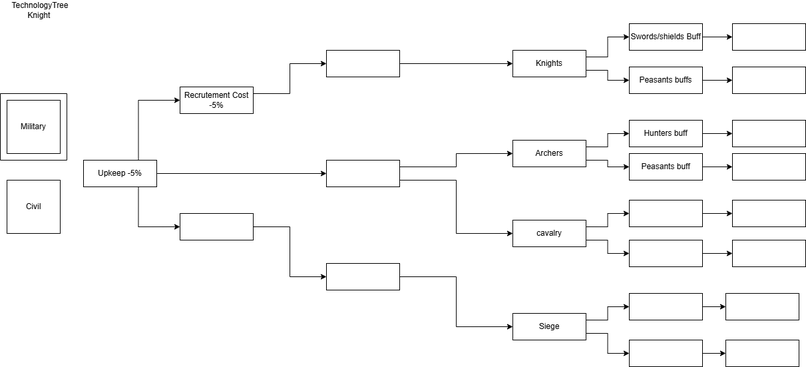
The draw.io diagram TechnologyTree.png in Ti-Loup/Total-Battle-2D, before a commit. Source tidied: cells renumbered, new cells last; positions are measured from the earlier drawing's top-left corner, leaving out a move shared by most shapes.
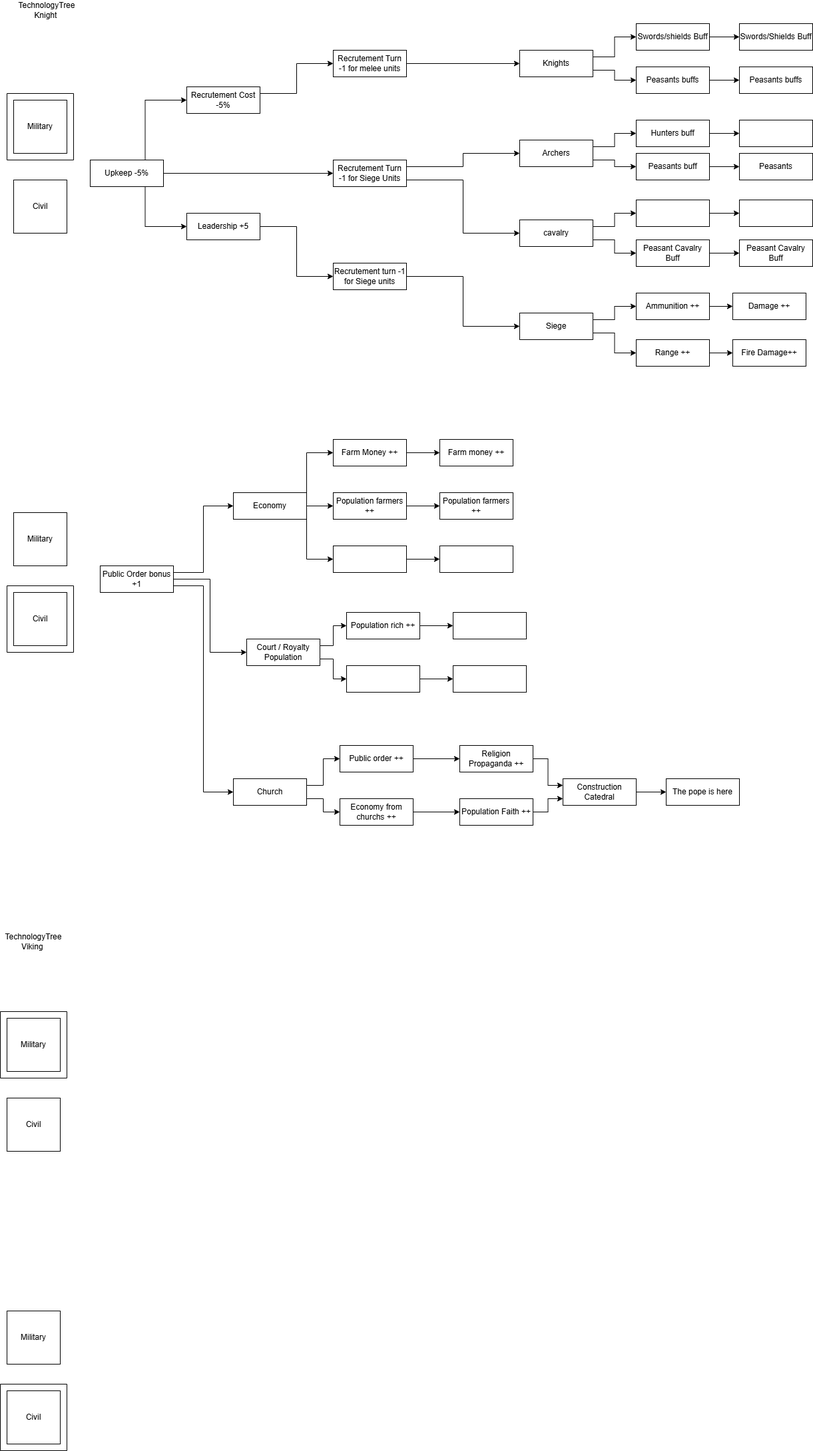
Above is the later version.

Commit message:
Update Technology tree Knight.

The edit, as a diff of the source:
```diff
@@ -29,7 +29,7 @@
     <mxCell id="10" style="edgeStyle=orthogonalEdgeStyle;rounded=0;jettySize=auto;html=1;exitX=1;exitY=0.5;exitDx=0;exitDy=0;entryX=0;entryY=0.5;entryDx=0;entryDy=0;" parent="1" edge="1" source="11" target="51">
       <mxGeometry relative="1" as="geometry" />
     </mxCell>
-    <mxCell id="11" style="rounded=0;whiteSpace=wrap;html=1;" parent="1" vertex="1">
+    <mxCell id="11" value="Leadership +5" style="rounded=0;whiteSpace=wrap;html=1;" parent="1" vertex="1">
       <mxGeometry x="270" y="320" width="110" height="40" as="geometry" />
     </mxCell>
     <mxCell id="12" style="edgeStyle=orthogonalEdgeStyle;rounded=0;jettySize=auto;html=1;exitX=1;exitY=0.25;exitDx=0;exitDy=0;entryX=0;entryY=0.5;entryDx=0;entryDy=0;" parent="1" edge="1" source="13" target="56">
@@ -86,10 +86,10 @@
     <mxCell id="29" value="Peasants buffs" style="rounded=0;whiteSpace=wrap;html=1;" parent="1" vertex="1">
       <mxGeometry x="945" y="100" width="110" height="40" as="geometry" />
     </mxCell>
-    <mxCell id="30" style="rounded=0;whiteSpace=wrap;html=1;" parent="1" vertex="1">
+    <mxCell id="30" value="Swords/Shields Buff" style="rounded=0;whiteSpace=wrap;html=1;" parent="1" vertex="1">
       <mxGeometry x="1100" y="35" width="110" height="40" as="geometry" />
     </mxCell>
-    <mxCell id="31" style="rounded=0;whiteSpace=wrap;html=1;" parent="1" vertex="1">
+    <mxCell id="31" value="Peasants buffs" style="rounded=0;whiteSpace=wrap;html=1;" parent="1" vertex="1">
       <mxGeometry x="1100" y="100" width="110" height="40" as="geometry" />
     </mxCell>
     <mxCell id="32" style="edgeStyle=orthogonalEdgeStyle;rounded=0;jettySize=auto;html=1;exitX=1;exitY=0.5;exitDx=0;exitDy=0;entryX=0;entryY=0.5;entryDx=0;entryDy=0;" parent="1" edge="1" source="33" target="36">
@@ -107,7 +107,7 @@
     <mxCell id="36" style="rounded=0;whiteSpace=wrap;html=1;" parent="1" vertex="1">
       <mxGeometry x="1100" y="180" width="110" height="40" as="geometry" />
     </mxCell>
-    <mxCell id="37" style="rounded=0;whiteSpace=wrap;html=1;" parent="1" vertex="1">
+    <mxCell id="37" value="Peasants" style="rounded=0;whiteSpace=wrap;html=1;" parent="1" vertex="1">
       <mxGeometry x="1100" y="230" width="110" height="40" as="geometry" />
     </mxCell>
     <mxCell id="38" style="edgeStyle=orthogonalEdgeStyle;rounded=0;jettySize=auto;html=1;exitX=1;exitY=0.5;exitDx=0;exitDy=0;entryX=0;entryY=0.5;entryDx=0;entryDy=0;" parent="1" edge="1" source="39" target="40">
@@ -122,34 +122,34 @@
     <mxCell id="41" style="edgeStyle=orthogonalEdgeStyle;rounded=0;jettySize=auto;html=1;exitX=1;exitY=0.5;exitDx=0;exitDy=0;entryX=0;entryY=0.5;entryDx=0;entryDy=0;" parent="1" edge="1" source="42" target="43">
       <mxGeometry relative="1" as="geometry" />
     </mxCell>
-    <mxCell id="42" style="rounded=0;whiteSpace=wrap;html=1;" parent="1" vertex="1">
+    <mxCell id="42" value="Peasant Cavalry Buff" style="rounded=0;whiteSpace=wrap;html=1;" parent="1" vertex="1">
       <mxGeometry x="945" y="360" width="110" height="40" as="geometry" />
     </mxCell>
-    <mxCell id="43" style="rounded=0;whiteSpace=wrap;html=1;" parent="1" vertex="1">
+    <mxCell id="43" value="Peasant Cavalry Buff" style="rounded=0;whiteSpace=wrap;html=1;" parent="1" vertex="1">
       <mxGeometry x="1100" y="360" width="110" height="40" as="geometry" />
     </mxCell>
     <mxCell id="44" style="edgeStyle=orthogonalEdgeStyle;rounded=0;jettySize=auto;html=1;exitX=1;exitY=0.5;exitDx=0;exitDy=0;entryX=0;entryY=0.5;entryDx=0;entryDy=0;" parent="1" edge="1" source="45" target="48">
       <mxGeometry relative="1" as="geometry" />
     </mxCell>
-    <mxCell id="45" style="rounded=0;whiteSpace=wrap;html=1;" parent="1" vertex="1">
+    <mxCell id="45" value="Ammunition ++" style="rounded=0;whiteSpace=wrap;html=1;" parent="1" vertex="1">
       <mxGeometry x="945" y="440" width="110" height="40" as="geometry" />
     </mxCell>
     <mxCell id="46" style="edgeStyle=orthogonalEdgeStyle;rounded=0;jettySize=auto;html=1;exitX=1;exitY=0.5;exitDx=0;exitDy=0;entryX=0;entryY=0.5;entryDx=0;entryDy=0;" parent="1" edge="1" source="47" target="49">
       <mxGeometry relative="1" as="geometry" />
     </mxCell>
-    <mxCell id="47" style="rounded=0;whiteSpace=wrap;html=1;" parent="1" vertex="1">
+    <mxCell id="47" value="Range ++" style="rounded=0;whiteSpace=wrap;html=1;" parent="1" vertex="1">
       <mxGeometry x="945" y="510" width="110" height="40" as="geometry" />
     </mxCell>
-    <mxCell id="48" style="rounded=0;whiteSpace=wrap;html=1;" parent="1" vertex="1">
+    <mxCell id="48" value="Damage ++" style="rounded=0;whiteSpace=wrap;html=1;" parent="1" vertex="1">
       <mxGeometry x="1090" y="440" width="110" height="40" as="geometry" />
     </mxCell>
-    <mxCell id="49" style="rounded=0;whiteSpace=wrap;html=1;" parent="1" vertex="1">
+    <mxCell id="49" value="Fire Damage++" style="rounded=0;whiteSpace=wrap;html=1;" parent="1" vertex="1">
       <mxGeometry x="1090" y="510" width="110" height="40" as="geometry" />
     </mxCell>
     <mxCell id="50" style="edgeStyle=orthogonalEdgeStyle;rounded=0;jettySize=auto;html=1;exitX=1;exitY=0.5;exitDx=0;exitDy=0;entryX=0;entryY=0.5;entryDx=0;entryDy=0;" parent="1" edge="1" source="51" target="19">
       <mxGeometry relative="1" as="geometry" />
     </mxCell>
-    <mxCell id="51" style="rounded=0;whiteSpace=wrap;html=1;" parent="1" vertex="1">
+    <mxCell id="51" value="Recrutement turn -1 for Siege units" style="rounded=0;whiteSpace=wrap;html=1;" parent="1" vertex="1">
       <mxGeometry x="490" y="395" width="110" height="40" as="geometry" />
     </mxCell>
     <mxCell id="52" style="edgeStyle=orthogonalEdgeStyle;rounded=0;jettySize=auto;html=1;exitX=1;exitY=0.25;exitDx=0;exitDy=0;entryX=0;entryY=0.5;entryDx=0;entryDy=0;" parent="1" edge="1" source="54" target="22">
@@ -158,14 +158,164 @@
     <mxCell id="53" style="edgeStyle=orthogonalEdgeStyle;rounded=0;jettySize=auto;html=1;exitX=1;exitY=0.75;exitDx=0;exitDy=0;entryX=0;entryY=0.5;entryDx=0;entryDy=0;" parent="1" edge="1" source="54" target="25">
       <mxGeometry relative="1" as="geometry" />
     </mxCell>
-    <mxCell id="54" style="rounded=0;whiteSpace=wrap;html=1;" parent="1" vertex="1">
+    <mxCell id="54" value="Recrutement Turn -1 for Siege Units" style="rounded=0;whiteSpace=wrap;html=1;" parent="1" vertex="1">
       <mxGeometry x="490" y="240" width="110" height="40" as="geometry" />
     </mxCell>
     <mxCell id="55" style="edgeStyle=orthogonalEdgeStyle;rounded=0;jettySize=auto;html=1;exitX=1;exitY=0.5;exitDx=0;exitDy=0;entryX=0;entryY=0.5;entryDx=0;entryDy=0;" parent="1" edge="1" source="56" target="16">
       <mxGeometry relative="1" as="geometry" />
     </mxCell>
-    <mxCell id="56" style="rounded=0;whiteSpace=wrap;html=1;" parent="1" vertex="1">
+    <mxCell id="56" value="Recrutement Turn -1 for melee units" style="rounded=0;whiteSpace=wrap;html=1;" parent="1" vertex="1">
       <mxGeometry x="490" y="75" width="110" height="40" as="geometry" />
     </mxCell>
+    <mxCell id="57" value="Military" style="whiteSpace=wrap;html=1;" parent="1" vertex="1">
+      <mxGeometry x="10" y="770" width="80" height="80" as="geometry" />
+    </mxCell>
+    <mxCell id="58" value="Civil" style="whiteSpace=wrap;html=1;" parent="1" vertex="1">
+      <mxGeometry x="10" y="890" width="80" height="80" as="geometry" />
+    </mxCell>
+    <mxCell id="59" style="swimlane;startSize=0;" parent="1" vertex="1">
+      <mxGeometry y="880" width="100" height="100" as="geometry" />
+    </mxCell>
+    <mxCell id="60" value="TechnologyTree Viking&amp;nbsp;" style="text;html=1;strokeColor=none;fillColor=none;align=center;verticalAlign=middle;whiteSpace=wrap;rounded=0;" parent="1" vertex="1">
+      <mxGeometry x="10" y="1400" width="60" height="30" as="geometry" />
+    </mxCell>
+    <mxCell id="61" style="edgeStyle=orthogonalEdgeStyle;rounded=0;jettySize=auto;html=1;exitX=1;exitY=0.25;exitDx=0;exitDy=0;entryX=0;entryY=0.5;entryDx=0;entryDy=0;" parent="1" edge="1" source="64" target="68">
+      <mxGeometry relative="1" as="geometry" />
+    </mxCell>
+    <mxCell id="62" style="edgeStyle=orthogonalEdgeStyle;rounded=0;jettySize=auto;html=1;exitX=1;exitY=0.5;exitDx=0;exitDy=0;entryX=0;entryY=0.5;entryDx=0;entryDy=0;" parent="1" edge="1" source="64" target="71">
+      <mxGeometry relative="1" as="geometry" />
+    </mxCell>
+    <mxCell id="63" style="edgeStyle=orthogonalEdgeStyle;rounded=0;jettySize=auto;html=1;exitX=1;exitY=0.75;exitDx=0;exitDy=0;entryX=0;entryY=0.5;entryDx=0;entryDy=0;" parent="1" edge="1" source="64" target="89">
+      <mxGeometry relative="1" as="geometry" />
+    </mxCell>
+    <mxCell id="64" value="Public Order bonus +1" style="rounded=0;whiteSpace=wrap;html=1;" parent="1" vertex="1">
+      <mxGeometry x="140" y="850" width="110" height="40" as="geometry" />
+    </mxCell>
+    <mxCell id="65" style="edgeStyle=orthogonalEdgeStyle;rounded=0;jettySize=auto;html=1;exitX=1;exitY=0;exitDx=0;exitDy=0;entryX=0;entryY=0.5;entryDx=0;entryDy=0;" parent="1" edge="1" source="68" target="73">
+      <mxGeometry relative="1" as="geometry" />
+    </mxCell>
+    <mxCell id="66" style="edgeStyle=orthogonalEdgeStyle;rounded=0;jettySize=auto;html=1;exitX=1;exitY=1;exitDx=0;exitDy=0;entryX=0;entryY=0.5;entryDx=0;entryDy=0;" parent="1" edge="1" source="68" target="79">
+      <mxGeometry relative="1" as="geometry" />
+    </mxCell>
+    <mxCell id="67" style="edgeStyle=orthogonalEdgeStyle;rounded=0;jettySize=auto;html=1;exitX=1;exitY=0.5;exitDx=0;exitDy=0;entryX=0;entryY=0.5;entryDx=0;entryDy=0;" parent="1" edge="1" source="68" target="76">
+      <mxGeometry relative="1" as="geometry" />
+    </mxCell>
+    <mxCell id="68" value="Economy" style="rounded=0;whiteSpace=wrap;html=1;" parent="1" vertex="1">
+      <mxGeometry x="340" y="740" width="110" height="40" as="geometry" />
+    </mxCell>
+    <mxCell id="69" style="edgeStyle=orthogonalEdgeStyle;rounded=0;jettySize=auto;html=1;exitX=1;exitY=0.25;exitDx=0;exitDy=0;entryX=0;entryY=0.5;entryDx=0;entryDy=0;" parent="1" edge="1" source="71" target="82">
+      <mxGeometry relative="1" as="geometry" />
+    </mxCell>
+    <mxCell id="70" style="edgeStyle=orthogonalEdgeStyle;rounded=0;jettySize=auto;html=1;exitX=1;exitY=0.75;exitDx=0;exitDy=0;entryX=0;entryY=0.5;entryDx=0;entryDy=0;" parent="1" edge="1" source="71" target="85">
+      <mxGeometry relative="1" as="geometry" />
+    </mxCell>
+    <mxCell id="71" value="Court / Royalty Population" style="rounded=0;whiteSpace=wrap;html=1;" parent="1" vertex="1">
+      <mxGeometry x="360" y="960" width="110" height="40" as="geometry" />
+    </mxCell>
+    <mxCell id="72" style="edgeStyle=orthogonalEdgeStyle;rounded=0;jettySize=auto;html=1;exitX=1;exitY=0.5;exitDx=0;exitDy=0;entryX=0;entryY=0.5;entryDx=0;entryDy=0;" parent="1" edge="1" source="73" target="74">
+      <mxGeometry relative="1" as="geometry" />
+    </mxCell>
+    <mxCell id="73" value="Farm Money ++" style="rounded=0;whiteSpace=wrap;html=1;" parent="1" vertex="1">
+      <mxGeometry x="490" y="660" width="110" height="40" as="geometry" />
+    </mxCell>
+    <mxCell id="74" value="Farm money ++" style="rounded=0;whiteSpace=wrap;html=1;" parent="1" vertex="1">
+      <mxGeometry x="650" y="660" width="110" height="40" as="geometry" />
+    </mxCell>
+    <mxCell id="75" style="edgeStyle=orthogonalEdgeStyle;rounded=0;jettySize=auto;html=1;exitX=1;exitY=0.5;exitDx=0;exitDy=0;entryX=0;entryY=0.5;entryDx=0;entryDy=0;" parent="1" edge="1" source="76" target="77">
+      <mxGeometry relative="1" as="geometry" />
+    </mxCell>
+    <mxCell id="76" value="Population farmers ++" style="rounded=0;whiteSpace=wrap;html=1;" parent="1" vertex="1">
+      <mxGeometry x="490" y="740" width="110" height="40" as="geometry" />
+    </mxCell>
+    <mxCell id="77" value="Population farmers ++" style="rounded=0;whiteSpace=wrap;html=1;" parent="1" vertex="1">
+      <mxGeometry x="650" y="740" width="110" height="40" as="geometry" />
+    </mxCell>
+    <mxCell id="78" style="edgeStyle=orthogonalEdgeStyle;rounded=0;jettySize=auto;html=1;exitX=1;exitY=0.5;exitDx=0;exitDy=0;entryX=0;entryY=0.5;entryDx=0;entryDy=0;" parent="1" edge="1" source="79" target="80">
+      <mxGeometry relative="1" as="geometry" />
+    </mxCell>
+    <mxCell id="79" style="rounded=0;whiteSpace=wrap;html=1;" parent="1" vertex="1">
+      <mxGeometry x="490" y="820" width="110" height="40" as="geometry" />
+    </mxCell>
+    <mxCell id="80" style="rounded=0;whiteSpace=wrap;html=1;" parent="1" vertex="1">
+      <mxGeometry x="650" y="820" width="110" height="40" as="geometry" />
+    </mxCell>
+    <mxCell id="81" style="edgeStyle=orthogonalEdgeStyle;rounded=0;jettySize=auto;html=1;exitX=1;exitY=0.5;exitDx=0;exitDy=0;entryX=0;entryY=0.5;entryDx=0;entryDy=0;" parent="1" edge="1" source="82" target="83">
+      <mxGeometry relative="1" as="geometry" />
+    </mxCell>
+    <mxCell id="82" value="Population rich ++" style="rounded=0;whiteSpace=wrap;html=1;" parent="1" vertex="1">
+      <mxGeometry x="510" y="920" width="110" height="40" as="geometry" />
+    </mxCell>
+    <mxCell id="83" style="rounded=0;whiteSpace=wrap;html=1;" parent="1" vertex="1">
+      <mxGeometry x="670" y="920" width="110" height="40" as="geometry" />
+    </mxCell>
+    <mxCell id="84" style="edgeStyle=orthogonalEdgeStyle;rounded=0;jettySize=auto;html=1;exitX=1;exitY=0.5;exitDx=0;exitDy=0;entryX=0;entryY=0.5;entryDx=0;entryDy=0;" parent="1" edge="1" source="85" target="86">
+      <mxGeometry relative="1" as="geometry" />
+    </mxCell>
+    <mxCell id="85" style="rounded=0;whiteSpace=wrap;html=1;" parent="1" vertex="1">
+      <mxGeometry x="510" y="1000" width="110" height="40" as="geometry" />
+    </mxCell>
+    <mxCell id="86" style="rounded=0;whiteSpace=wrap;html=1;" parent="1" vertex="1">
+      <mxGeometry x="670" y="1000" width="110" height="40" as="geometry" />
+    </mxCell>
+    <mxCell id="87" style="edgeStyle=orthogonalEdgeStyle;rounded=0;jettySize=auto;html=1;exitX=1;exitY=0.25;exitDx=0;exitDy=0;entryX=0;entryY=0.5;entryDx=0;entryDy=0;" parent="1" edge="1" source="89" target="91">
+      <mxGeometry relative="1" as="geometry" />
+    </mxCell>
+    <mxCell id="88" style="edgeStyle=orthogonalEdgeStyle;rounded=0;jettySize=auto;html=1;exitX=1;exitY=0.75;exitDx=0;exitDy=0;entryX=0;entryY=0.5;entryDx=0;entryDy=0;" parent="1" edge="1" source="89" target="95">
+      <mxGeometry relative="1" as="geometry" />
+    </mxCell>
+    <mxCell id="89" value="Church" style="rounded=0;whiteSpace=wrap;html=1;" parent="1" vertex="1">
+      <mxGeometry x="340" y="1170" width="110" height="40" as="geometry" />
+    </mxCell>
+    <mxCell id="90" style="edgeStyle=orthogonalEdgeStyle;rounded=0;jettySize=auto;html=1;exitX=1;exitY=0.5;exitDx=0;exitDy=0;entryX=0;entryY=0.5;entryDx=0;entryDy=0;" parent="1" edge="1" source="91" target="93">
+      <mxGeometry relative="1" as="geometry" />
+    </mxCell>
+    <mxCell id="91" value="Public order ++" style="rounded=0;whiteSpace=wrap;html=1;" parent="1" vertex="1">
+      <mxGeometry x="500" y="1120" width="110" height="40" as="geometry" />
+    </mxCell>
+    <mxCell id="92" style="edgeStyle=orthogonalEdgeStyle;rounded=0;jettySize=auto;html=1;exitX=1;exitY=0.5;exitDx=0;exitDy=0;entryX=0;entryY=0.25;entryDx=0;entryDy=0;" parent="1" edge="1" source="93" target="99">
+      <mxGeometry relative="1" as="geometry" />
+    </mxCell>
+    <mxCell id="93" value="Religion Propaganda ++" style="rounded=0;whiteSpace=wrap;html=1;" parent="1" vertex="1">
+      <mxGeometry x="680" y="1120" width="110" height="40" as="geometry" />
+    </mxCell>
+    <mxCell id="94" style="edgeStyle=orthogonalEdgeStyle;rounded=0;jettySize=auto;html=1;exitX=1;exitY=0.5;exitDx=0;exitDy=0;entryX=0;entryY=0.5;entryDx=0;entryDy=0;" parent="1" edge="1" source="95" target="97">
+      <mxGeometry relative="1" as="geometry" />
+    </mxCell>
+    <mxCell id="95" value="Economy from churchs ++" style="rounded=0;whiteSpace=wrap;html=1;" parent="1" vertex="1">
+      <mxGeometry x="500" y="1200" width="110" height="40" as="geometry" />
+    </mxCell>
+    <mxCell id="96" style="edgeStyle=orthogonalEdgeStyle;rounded=0;jettySize=auto;html=1;exitX=1;exitY=0.5;exitDx=0;exitDy=0;entryX=0;entryY=0.75;entryDx=0;entryDy=0;" parent="1" edge="1" source="97" target="99">
+      <mxGeometry relative="1" as="geometry" />
+    </mxCell>
+    <mxCell id="97" value="Population Faith ++" style="rounded=0;whiteSpace=wrap;html=1;" parent="1" vertex="1">
+      <mxGeometry x="680" y="1200" width="110" height="40" as="geometry" />
+    </mxCell>
+    <mxCell id="98" style="edgeStyle=orthogonalEdgeStyle;rounded=0;jettySize=auto;html=1;exitX=1;exitY=0.5;exitDx=0;exitDy=0;entryX=0;entryY=0.5;entryDx=0;entryDy=0;" parent="1" edge="1" source="99" target="100">
+      <mxGeometry relative="1" as="geometry" />
+    </mxCell>
+    <mxCell id="99" value="Construction Catedral" style="rounded=0;whiteSpace=wrap;html=1;" parent="1" vertex="1">
+      <mxGeometry x="835" y="1170" width="110" height="40" as="geometry" />
+    </mxCell>
+    <mxCell id="100" value="The pope is here" style="rounded=0;whiteSpace=wrap;html=1;" parent="1" vertex="1">
+      <mxGeometry x="990" y="1170" width="110" height="40" as="geometry" />
+    </mxCell>
+    <mxCell id="101" value="Military" style="whiteSpace=wrap;html=1;" parent="1" vertex="1">
+      <mxGeometry y="1530" width="80" height="80" as="geometry" />
+    </mxCell>
+    <mxCell id="102" value="Civil" style="whiteSpace=wrap;html=1;" parent="1" vertex="1">
+      <mxGeometry y="1650" width="80" height="80" as="geometry" />
+    </mxCell>
+    <mxCell id="103" style="swimlane;startSize=0;" parent="1" vertex="1">
+      <mxGeometry x="-10" y="1520" width="100" height="100" as="geometry" />
+    </mxCell>
+    <mxCell id="104" value="Military" style="whiteSpace=wrap;html=1;" parent="1" vertex="1">
+      <mxGeometry y="1970" width="80" height="80" as="geometry" />
+    </mxCell>
+    <mxCell id="105" value="Civil" style="whiteSpace=wrap;html=1;" parent="1" vertex="1">
+      <mxGeometry y="2090" width="80" height="80" as="geometry" />
+    </mxCell>
+    <mxCell id="106" style="swimlane;startSize=0;" parent="1" vertex="1">
+      <mxGeometry x="-10" y="2080" width="100" height="100" as="geometry" />
+    </mxCell>
   </root>
 </mxGraphModel>
```
